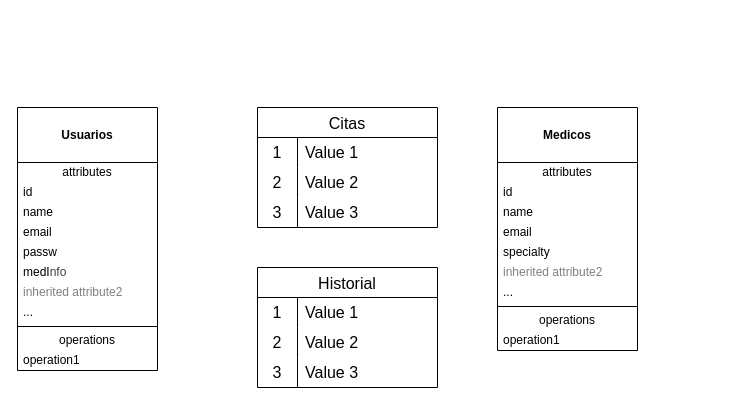
Above: med-manage.drawio in Esen-Q1-2026-Arquitectura-Software/py-med-management-app (draw.io), before the change. Source tidied: cells renumbered, new cells numbered last; positions are measured from the earlier drawing's top-left corner, leaving out a move shared by most shapes. Both pictures are drawn from the tidied source at 100%, with x=0, y=0 at pixel (17, 107).
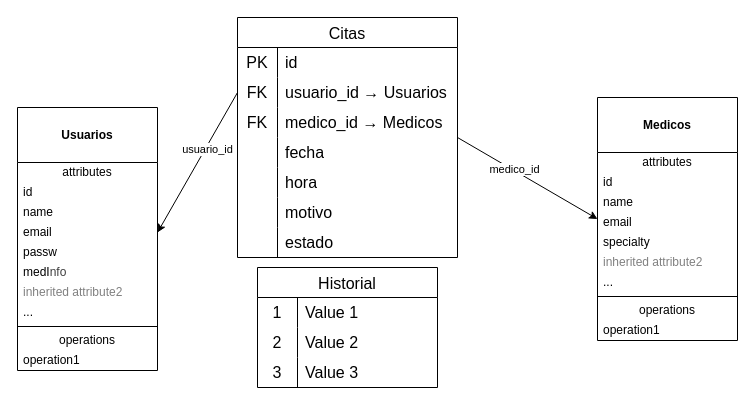
The same diagram, later.

Commit message:
Update ER diagram: Citas table & relations

Modify med-manage.drawio to expand and reposition the Citas table, replace generic row values with explicit column names (PK -> id, FK -> usuario_id / medico_id with targets, fecha, hora, motivo, estado), add directed edges and labels for usuario_id and medico_id relations to Usuarios and Medicos, and adjust geometry/vertex attributes for improved layout. These changes update the diagram to more accurately reflect the database schema and relationships.

Unchanged cells that the change refers to:
```xml
<mxCell id="26" value="email" style="text;html=1;strokeColor=none;fillColor=none;align=left;verticalAlign=middle;spacingLeft=4;spacingRight=4;overflow=hidden;points=[[0,0.5],[1,0.5]];portConstraint=eastwest;whiteSpace=wrap;" parent="22" vertex="1">
  <mxGeometry y="115" width="140" height="20" as="geometry" />
</mxCell>
```

Change to the diagram source:
```diff
@@
     <mxCell id="12" value="Citas" style="shape=table;startSize=30;childLayout=tableLayout;rowLines=0;fontStyle=0;strokeColor=default;fontSize=16;" parent="1" vertex="1">
-      <mxGeometry x="240" width="180" height="120" as="geometry" />
+      <mxGeometry x="220" y="-90" width="220" height="240" as="geometry" />
     </mxCell>
     <mxCell id="13" style="shape=tableRow;horizontal=0;startSize=0;swimlaneHead=0;swimlaneBody=0;top=0;left=0;bottom=0;right=0;fillColor=none;strokeColor=inherit;fontSize=16;" parent="12" vertex="1">
-      <mxGeometry y="30" width="180" height="30" as="geometry" />
+      <mxGeometry y="30" width="220" height="30" as="geometry" />
     </mxCell>
-    <mxCell id="14" value="1" style="shape=partialRectangle;html=1;whiteSpace=wrap;fillColor=none;top=0;left=0;bottom=0;right=0;overflow=hidden;strokeColor=inherit;fontSize=16;" parent="13" vertex="1">
+    <mxCell id="14" value="PK" style="shape=partialRectangle;html=1;whiteSpace=wrap;fillColor=none;top=0;left=0;bottom=0;right=0;overflow=hidden;strokeColor=inherit;fontSize=16;" parent="13" vertex="1">
       <mxGeometry width="40" height="30" as="geometry" />
     </mxCell>
-    <mxCell id="15" value="Value 1" style="shape=partialRectangle;html=1;whiteSpace=wrap;fillColor=none;top=0;left=0;bottom=0;right=0;align=left;spacingLeft=6;overflow=hidden;strokeColor=inherit;fontSize=16;" parent="13" vertex="1">
-      <mxGeometry x="40" width="140" height="30" as="geometry" />
+    <mxCell id="15" value="id" style="shape=partialRectangle;html=1;whiteSpace=wrap;fillColor=none;top=0;left=0;bottom=0;right=0;align=left;spacingLeft=6;overflow=hidden;strokeColor=inherit;fontSize=16;" parent="13" vertex="1">
+      <mxGeometry x="40" width="180" height="30" as="geometry" />
     </mxCell>
     <mxCell id="16" style="shape=tableRow;horizontal=0;startSize=0;swimlaneHead=0;swimlaneBody=0;top=0;left=0;bottom=0;right=0;fillColor=none;points=[[0,0.5],[1,0.5]];portConstraint=eastwest;strokeColor=inherit;fontSize=16;" parent="12" vertex="1">
-      <mxGeometry y="60" width="180" height="30" as="geometry" />
+      <mxGeometry y="60" width="220" height="30" as="geometry" />
     </mxCell>
-    <mxCell id="17" value="2" style="shape=partialRectangle;html=1;whiteSpace=wrap;fillColor=none;top=0;left=0;bottom=0;right=0;overflow=hidden;strokeColor=inherit;fontSize=16;" parent="16" vertex="1">
+    <mxCell id="17" value="FK" style="shape=partialRectangle;html=1;whiteSpace=wrap;fillColor=none;top=0;left=0;bottom=0;right=0;overflow=hidden;strokeColor=inherit;fontSize=16;" parent="16" vertex="1">
       <mxGeometry width="40" height="30" as="geometry" />
     </mxCell>
-    <mxCell id="18" value="Value 2" style="shape=partialRectangle;html=1;whiteSpace=wrap;fillColor=none;top=0;left=0;bottom=0;right=0;align=left;spacingLeft=6;overflow=hidden;strokeColor=inherit;fontSize=16;" parent="16" vertex="1">
-      <mxGeometry x="40" width="140" height="30" as="geometry" />
+    <mxCell id="18" value="usuario_id → Usuarios" style="shape=partialRectangle;html=1;whiteSpace=wrap;fillColor=none;top=0;left=0;bottom=0;right=0;align=left;spacingLeft=6;overflow=hidden;strokeColor=inherit;fontSize=16;" parent="16" vertex="1">
+      <mxGeometry x="40" width="180" height="30" as="geometry" />
     </mxCell>
+    <mxCell id="45" style="shape=tableRow;horizontal=0;startSize=0;swimlaneHead=0;swimlaneBody=0;top=0;left=0;bottom=0;right=0;fillColor=none;strokeColor=inherit;fontSize=16;" parent="12" vertex="1">
+      <mxGeometry y="90" width="220" height="30" as="geometry" />
+    </mxCell>
+    <mxCell id="46" value="FK" style="shape=partialRectangle;html=1;whiteSpace=wrap;fillColor=none;top=0;left=0;bottom=0;right=0;overflow=hidden;strokeColor=inherit;fontSize=16;" parent="45" vertex="1">
+      <mxGeometry width="40" height="30" as="geometry" />
+    </mxCell>
+    <mxCell id="47" value="medico_id → Medicos" style="shape=partialRectangle;html=1;whiteSpace=wrap;fillColor=none;top=0;left=0;bottom=0;right=0;align=left;spacingLeft=6;overflow=hidden;strokeColor=inherit;fontSize=16;" parent="45" vertex="1">
+      <mxGeometry x="40" width="180" height="30" as="geometry" />
+    </mxCell>
     <mxCell id="19" style="shape=tableRow;horizontal=0;startSize=0;swimlaneHead=0;swimlaneBody=0;top=0;left=0;bottom=0;right=0;fillColor=none;strokeColor=inherit;fontSize=16;" parent="12" vertex="1">
-      <mxGeometry y="90" width="180" height="30" as="geometry" />
+      <mxGeometry y="120" width="220" height="30" as="geometry" />
     </mxCell>
-    <mxCell id="20" value="3" style="shape=partialRectangle;html=1;whiteSpace=wrap;fillColor=none;top=0;left=0;bottom=0;right=0;overflow=hidden;strokeColor=inherit;fontSize=16;" parent="19" vertex="1">
+    <mxCell id="20" style="shape=partialRectangle;html=1;whiteSpace=wrap;fillColor=none;top=0;left=0;bottom=0;right=0;overflow=hidden;strokeColor=inherit;fontSize=16;" parent="19" vertex="1">
       <mxGeometry width="40" height="30" as="geometry" />
     </mxCell>
-    <mxCell id="21" value="Value 3" style="shape=partialRectangle;html=1;whiteSpace=wrap;fillColor=none;top=0;left=0;bottom=0;right=0;align=left;spacingLeft=6;overflow=hidden;strokeColor=inherit;fontSize=16;" parent="19" vertex="1">
-      <mxGeometry x="40" width="140" height="30" as="geometry" />
+    <mxCell id="21" value="fecha" style="shape=partialRectangle;html=1;whiteSpace=wrap;fillColor=none;top=0;left=0;bottom=0;right=0;align=left;spacingLeft=6;overflow=hidden;strokeColor=inherit;fontSize=16;" parent="19" vertex="1">
+      <mxGeometry x="40" width="180" height="30" as="geometry" />
     </mxCell>
+    <mxCell id="48" style="shape=tableRow;horizontal=0;startSize=0;swimlaneHead=0;swimlaneBody=0;top=0;left=0;bottom=0;right=0;fillColor=none;strokeColor=inherit;fontSize=16;" parent="12" vertex="1">
+      <mxGeometry y="150" width="220" height="30" as="geometry" />
+    </mxCell>
+    <mxCell id="49" style="shape=partialRectangle;html=1;whiteSpace=wrap;fillColor=none;top=0;left=0;bottom=0;right=0;overflow=hidden;strokeColor=inherit;fontSize=16;" parent="48" vertex="1">
+      <mxGeometry width="40" height="30" as="geometry" />
+    </mxCell>
+    <mxCell id="50" value="hora" style="shape=partialRectangle;html=1;whiteSpace=wrap;fillColor=none;top=0;left=0;bottom=0;right=0;align=left;spacingLeft=6;overflow=hidden;strokeColor=inherit;fontSize=16;" parent="48" vertex="1">
+      <mxGeometry x="40" width="180" height="30" as="geometry" />
+    </mxCell>
+    <mxCell id="51" style="shape=tableRow;horizontal=0;startSize=0;swimlaneHead=0;swimlaneBody=0;top=0;left=0;bottom=0;right=0;fillColor=none;strokeColor=inherit;fontSize=16;" parent="12" vertex="1">
+      <mxGeometry y="180" width="220" height="30" as="geometry" />
+    </mxCell>
+    <mxCell id="52" style="shape=partialRectangle;html=1;whiteSpace=wrap;fillColor=none;top=0;left=0;bottom=0;right=0;overflow=hidden;strokeColor=inherit;fontSize=16;" parent="51" vertex="1">
+      <mxGeometry width="40" height="30" as="geometry" />
+    </mxCell>
+    <mxCell id="53" value="motivo" style="shape=partialRectangle;html=1;whiteSpace=wrap;fillColor=none;top=0;left=0;bottom=0;right=0;align=left;spacingLeft=6;overflow=hidden;strokeColor=inherit;fontSize=16;" parent="51" vertex="1">
+      <mxGeometry x="40" width="180" height="30" as="geometry" />
+    </mxCell>
+    <mxCell id="54" style="shape=tableRow;horizontal=0;startSize=0;swimlaneHead=0;swimlaneBody=0;top=0;left=0;bottom=0;right=0;fillColor=none;strokeColor=inherit;fontSize=16;" parent="12" vertex="1">
+      <mxGeometry y="210" width="220" height="30" as="geometry" />
+    </mxCell>
+    <mxCell id="55" style="shape=partialRectangle;html=1;whiteSpace=wrap;fillColor=none;top=0;left=0;bottom=0;right=0;overflow=hidden;strokeColor=inherit;fontSize=16;" parent="54" vertex="1">
+      <mxGeometry width="40" height="30" as="geometry" />
+    </mxCell>
+    <mxCell id="56" value="estado" style="shape=partialRectangle;html=1;whiteSpace=wrap;fillColor=none;top=0;left=0;bottom=0;right=0;align=left;spacingLeft=6;overflow=hidden;strokeColor=inherit;fontSize=16;" parent="54" vertex="1">
+      <mxGeometry x="40" width="180" height="30" as="geometry" />
+    </mxCell>
+    <mxCell id="57" style="endArrow=classic;html=1;rounded=0;exitX=0;exitY=0.5;exitDx=0;exitDy=0;entryX=1;entryY=0.5;entryDx=0;entryDy=0;strokeWidth=1;fontSize=12;" parent="1" edge="1" source="16" target="26">
+      <mxGeometry relative="1" as="geometry" />
+    </mxCell>
+    <mxCell id="58" value="usuario_id" style="edgeLabel;html=1;align=center;verticalAlign=middle;fontSize=11;" parent="57" vertex="1">
+      <mxGeometry x="-0.2" y="1" relative="1" as="geometry" />
+    </mxCell>
+    <mxCell id="59" style="endArrow=classic;html=1;rounded=0;exitX=1;exitY=0.5;exitDx=0;exitDy=0;entryX=0;entryY=0.5;entryDx=0;entryDy=0;strokeWidth=1;fontSize=12;" parent="1" edge="1" source="12" target="34">
+      <mxGeometry relative="1" as="geometry" />
+    </mxCell>
+    <mxCell id="60" value="medico_id" style="edgeLabel;html=1;align=center;verticalAlign=middle;fontSize=11;" parent="59" vertex="1">
+      <mxGeometry x="-0.2" y="1" relative="1" as="geometry" />
+    </mxCell>
@@
     <mxCell id="34" value="&lt;br&gt;&lt;b&gt;Medicos&lt;/b&gt;" style="swimlane;fontStyle=0;align=center;verticalAlign=top;horizontal=1;startSize=55;html=1;whiteSpace=wrap;" parent="1" vertex="1">
-      <mxGeometry x="480" width="140" height="243" as="geometry" />
+      <mxGeometry x="580" y="-10" width="140" height="243" as="geometry" />
     </mxCell>
```
